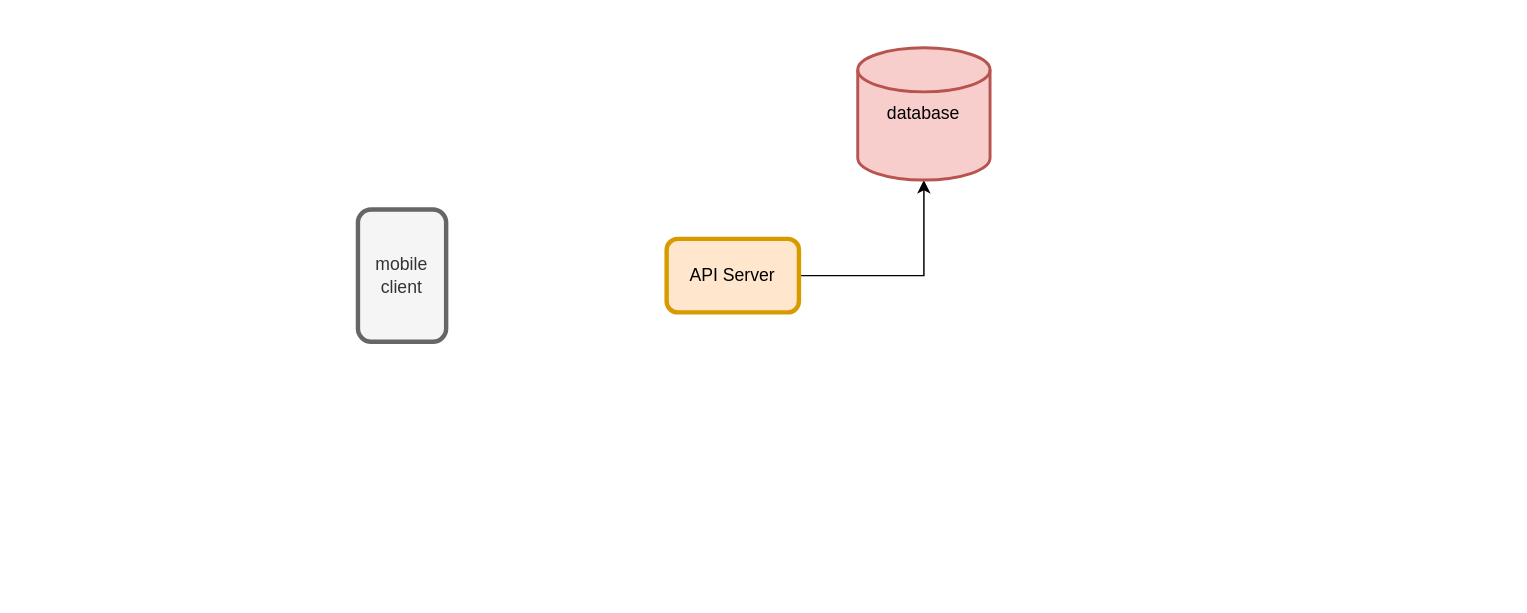
Before: Untitled Diagram.drawio in Calis-Top-10/CalisAPI, a draw.io diagram. Source tidied: cells renumbered, new cells numbered last; positions are measured from the earlier drawing's top-left corner, leaving out a move shared by most shapes. Both pictures are drawn from the tidied source at 147%, with x=0, y=0 at pixel (357, 47). Pictures stored in the file or linked from it are replaced by grey dashed boxes.
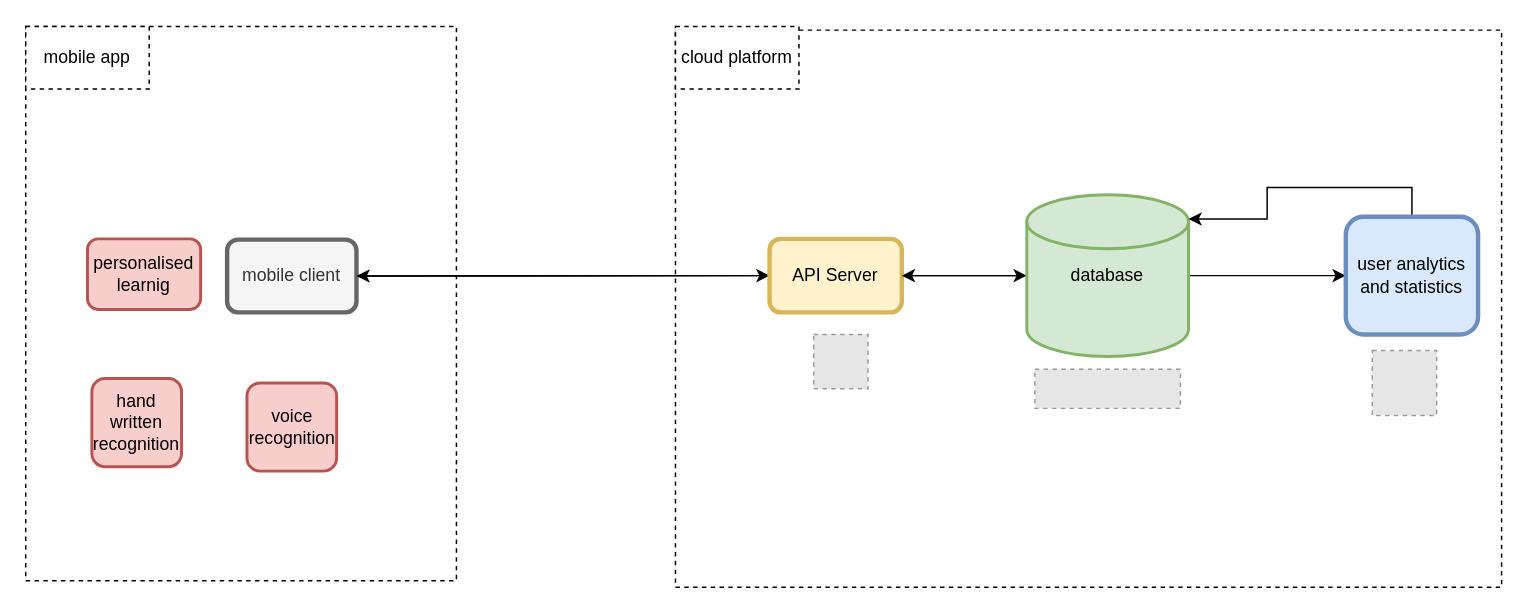
The same page after the edit.

What changed in the source:
```diff
@@
+    <mxCell id="6" style="rounded=0;whiteSpace=wrap;html=1;dashed=1;" parent="1" vertex="1">
+      <mxGeometry x="-226" y="-14.5" width="293" height="377" as="geometry" />
+    </mxCell>
+    <mxCell id="7" style="rounded=0;whiteSpace=wrap;html=1;dashed=1;" parent="1" vertex="1">
+      <mxGeometry x="216" y="-12" width="562" height="379" as="geometry" />
+    </mxCell>
+    <mxCell id="8" style="edgeStyle=orthogonalEdgeStyle;rounded=0;jettySize=auto;html=1;exitX=1;exitY=0.5;exitDx=0;exitDy=0;entryX=0;entryY=0.5;entryDx=0;entryDy=0;" parent="1" edge="1" source="2" target="4">
+      <mxGeometry relative="1" as="geometry" />
+    </mxCell>
     <mxCell id="2" value="mobile client" style="rounded=1;whiteSpace=wrap;html=1;fillColor=#f5f5f5;fontColor=#333333;strokeColor=#666666;strokeWidth=3;" parent="1" vertex="1">
-      <mxGeometry y="110" width="60" height="90" as="geometry" />
+      <mxGeometry x="-89" y="130.5" width="88" height="49.5" as="geometry" />
     </mxCell>
-    <mxCell id="3" style="edgeStyle=orthogonalEdgeStyle;rounded=0;jettySize=auto;html=1;exitX=1;exitY=0.5;exitDx=0;exitDy=0;entryX=0.5;entryY=1;entryDx=0;entryDy=0;entryPerimeter=0;" parent="1" edge="1" source="4" target="5">
+    <mxCell id="3" style="edgeStyle=orthogonalEdgeStyle;rounded=0;jettySize=auto;html=1;exitX=1;exitY=0.5;exitDx=0;exitDy=0;" parent="1" edge="1" source="4" target="5">
       <mxGeometry relative="1" as="geometry" />
     </mxCell>
+    <mxCell id="9" style="edgeStyle=orthogonalEdgeStyle;rounded=0;jettySize=auto;html=1;exitX=0;exitY=0.5;exitDx=0;exitDy=0;entryX=1;entryY=0.5;entryDx=0;entryDy=0;" parent="1" edge="1" source="4" target="2">
+      <mxGeometry relative="1" as="geometry" />
+    </mxCell>
-    <mxCell id="4" value="API Server" style="rounded=1;whiteSpace=wrap;html=1;fillColor=#ffe6cc;strokeColor=#d79b00;strokeWidth=3;" parent="1" vertex="1">
-      <mxGeometry x="210" y="130" width="90" height="50" as="geometry" />
+    <mxCell id="4" value="API Server" style="rounded=1;whiteSpace=wrap;html=1;fillColor=#fff2cc;strokeColor=#d6b656;strokeWidth=3;" parent="1" vertex="1">
+      <mxGeometry x="280" y="130" width="90" height="50" as="geometry" />
     </mxCell>
+    <mxCell id="10" style="edgeStyle=orthogonalEdgeStyle;rounded=0;jettySize=auto;html=1;exitX=1;exitY=0.5;exitDx=0;exitDy=0;exitPerimeter=0;entryX=0;entryY=0.5;entryDx=0;entryDy=0;" parent="1" edge="1" source="5" target="13">
+      <mxGeometry relative="1" as="geometry" />
+    </mxCell>
+    <mxCell id="11" style="edgeStyle=orthogonalEdgeStyle;rounded=0;jettySize=auto;html=1;exitX=0;exitY=0.5;exitDx=0;exitDy=0;exitPerimeter=0;" parent="1" edge="1" source="5" target="4">
+      <mxGeometry relative="1" as="geometry" />
+    </mxCell>
-    <mxCell id="5" value="database" style="strokeWidth=2;html=1;shape=mxgraph.flowchart.database;whiteSpace=wrap;fillColor=#f8cecc;strokeColor=#b85450;" parent="1" vertex="1">
-      <mxGeometry x="340" width="90" height="90" as="geometry" />
+    <mxCell id="5" value="database" style="strokeWidth=2;html=1;shape=mxgraph.flowchart.database;whiteSpace=wrap;fillColor=#d5e8d4;strokeColor=#82b366;" parent="1" vertex="1">
+      <mxGeometry x="455" y="100" width="110" height="110" as="geometry" />
     </mxCell>
+    <mxCell id="12" style="edgeStyle=orthogonalEdgeStyle;rounded=0;jettySize=auto;html=1;exitX=0.5;exitY=0;exitDx=0;exitDy=0;entryX=1;entryY=0.15;entryDx=0;entryDy=0;entryPerimeter=0;" parent="1" edge="1" source="13" target="5">
+      <mxGeometry relative="1" as="geometry" />
+    </mxCell>
+    <mxCell id="13" value="user analytics and statistics" style="rounded=1;whiteSpace=wrap;html=1;strokeWidth=3;fillColor=#dae8fc;strokeColor=#6c8ebf;" parent="1" vertex="1">
+      <mxGeometry x="672" y="115" width="90" height="80" as="geometry" />
+    </mxCell>
+    <mxCell id="14" style="fillColor=#E6E6E6;strokeColor=#999999;dashed=1;verticalLabelPosition=bottom;verticalAlign=top;" parent="1" vertex="1">
+      <mxGeometry x="690" y="206" width="43.8" height="44.1" as="geometry" />
+    </mxCell>
+    <mxCell id="15" style="fillColor=#E6E6E6;strokeColor=#999999;dashed=1;verticalLabelPosition=bottom;verticalAlign=top;" parent="1" vertex="1">
+      <mxGeometry x="460.5" y="218.7" width="99" height="26.6" as="geometry" />
+    </mxCell>
+    <mxCell id="16" style="fillColor=#E6E6E6;strokeColor=#999999;dashed=1;verticalLabelPosition=bottom;verticalAlign=top;" parent="1" vertex="1">
+      <mxGeometry x="310" y="195" width="37" height="37" as="geometry" />
+    </mxCell>
+    <mxCell id="17" value="voice recognition" style="rounded=1;whiteSpace=wrap;html=1;fillColor=#f8cecc;strokeColor=#b85450;strokeWidth=2;" parent="1" vertex="1">
+      <mxGeometry x="-75.5" y="228" width="61" height="60" as="geometry" />
+    </mxCell>
+    <mxCell id="18" value="hand written recognition" style="rounded=1;whiteSpace=wrap;html=1;fillColor=#f8cecc;strokeColor=#b85450;strokeWidth=2;" parent="1" vertex="1">
+      <mxGeometry x="-181" y="225" width="61" height="60" as="geometry" />
+    </mxCell>
+    <mxCell id="19" value="personalised learnig" style="rounded=1;whiteSpace=wrap;html=1;fillColor=#f8cecc;strokeColor=#b85450;strokeWidth=2;" parent="1" vertex="1">
+      <mxGeometry x="-184" y="130" width="77" height="48" as="geometry" />
+    </mxCell>
+    <mxCell id="20" value="mobile app" style="rounded=0;whiteSpace=wrap;html=1;dashed=1;" parent="1" vertex="1">
+      <mxGeometry x="-226" y="-14.5" width="84" height="42.5" as="geometry" />
+    </mxCell>
+    <mxCell id="21" value="cloud platform" style="rounded=0;whiteSpace=wrap;html=1;dashed=1;" parent="1" vertex="1">
+      <mxGeometry x="216" y="-14.5" width="84" height="42.5" as="geometry" />
+    </mxCell>
```
